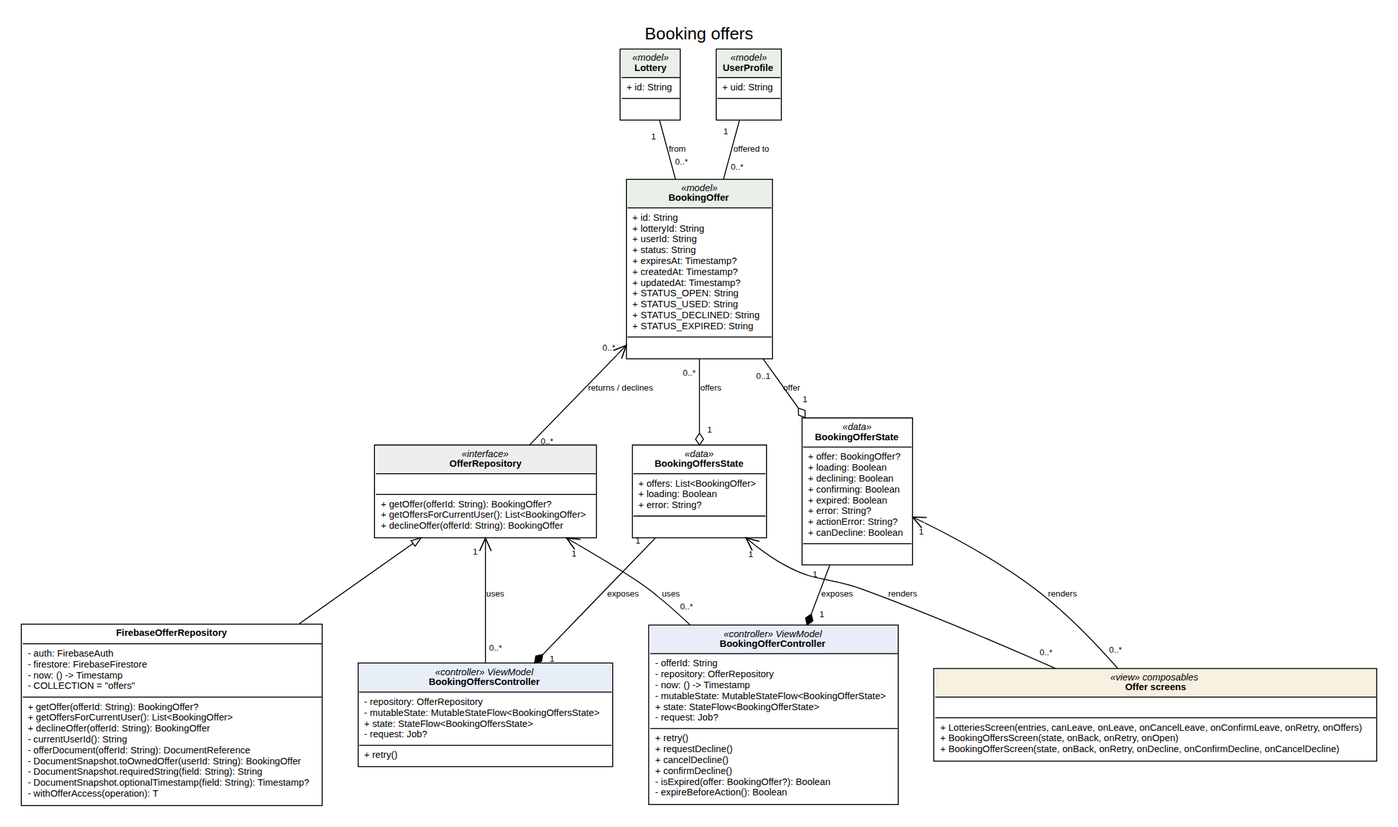
Earlier version of the Graphviz export doc/uml/booking_offers.png (CMPUT301F26-legion/legion-events). Its source is kept beside it as doc/uml/booking_offers.dot. Its diagram source:
```dot
digraph G {
  graph [rankdir=BT fontname="Liberation Sans" nodesep=0.5 ranksep=0.7 dpi=110 pad=0.3
         label="Booking offers" labelloc=t fontsize=18];
  node  [shape=plain fontname="Liberation Sans" fontsize=10];
  edge  [fontname="Liberation Sans" fontsize=9 labeldistance=1.8 labelangle=35];

  BookingOffer [label=<<TABLE BORDER="1" CELLBORDER="0" CELLSPACING="0" CELLPADDING="4"><TR><TD BGCOLOR="#e8f0e8"><I>«model»</I><BR/><B>BookingOffer</B></TD></TR><TR><TD ALIGN="LEFT" BALIGN="LEFT" SIDES="T" BORDER="1">+ id: String<BR/>+ lotteryId: String<BR/>+ userId: String<BR/>+ status: String<BR/>+ expiresAt: Timestamp?<BR/>+ createdAt: Timestamp?<BR/>+ updatedAt: Timestamp?<BR/>+ STATUS_OPEN: String<BR/>+ STATUS_USED: String<BR/>+ STATUS_DECLINED: String<BR/>+ STATUS_EXPIRED: String</TD></TR><TR><TD ALIGN="LEFT" BALIGN="LEFT" SIDES="T" BORDER="1"> </TD></TR></TABLE>>];
  Lottery [label=<<TABLE BORDER="1" CELLBORDER="0" CELLSPACING="0" CELLPADDING="4"><TR><TD BGCOLOR="#e8f0e8"><I>«model»</I><BR/><B>Lottery</B></TD></TR><TR><TD ALIGN="LEFT" BALIGN="LEFT" SIDES="T" BORDER="1">+ id: String</TD></TR><TR><TD ALIGN="LEFT" BALIGN="LEFT" SIDES="T" BORDER="1"> </TD></TR></TABLE>>];
  UserProfile [label=<<TABLE BORDER="1" CELLBORDER="0" CELLSPACING="0" CELLPADDING="4"><TR><TD BGCOLOR="#e8f0e8"><I>«model»</I><BR/><B>UserProfile</B></TD></TR><TR><TD ALIGN="LEFT" BALIGN="LEFT" SIDES="T" BORDER="1">+ uid: String</TD></TR><TR><TD ALIGN="LEFT" BALIGN="LEFT" SIDES="T" BORDER="1"> </TD></TR></TABLE>>];
  OfferRepository [label=<<TABLE BORDER="1" CELLBORDER="0" CELLSPACING="0" CELLPADDING="4"><TR><TD BGCOLOR="#eeeeee"><I>«interface»</I><BR/><B>OfferRepository</B></TD></TR><TR><TD ALIGN="LEFT" BALIGN="LEFT" SIDES="T" BORDER="1"> </TD></TR><TR><TD ALIGN="LEFT" BALIGN="LEFT" SIDES="T" BORDER="1">+ getOffer(offerId: String): BookingOffer?<BR/>+ getOffersForCurrentUser(): List&lt;BookingOffer&gt;<BR/>+ declineOffer(offerId: String): BookingOffer</TD></TR></TABLE>>];
  FirebaseOfferRepository [label=<<TABLE BORDER="1" CELLBORDER="0" CELLSPACING="0" CELLPADDING="4"><TR><TD><B>FirebaseOfferRepository</B></TD></TR><TR><TD ALIGN="LEFT" BALIGN="LEFT" SIDES="T" BORDER="1">- auth: FirebaseAuth<BR/>- firestore: FirebaseFirestore<BR/>- now: () -&gt; Timestamp<BR/>- COLLECTION = "offers"</TD></TR><TR><TD ALIGN="LEFT" BALIGN="LEFT" SIDES="T" BORDER="1">+ getOffer(offerId: String): BookingOffer?<BR/>+ getOffersForCurrentUser(): List&lt;BookingOffer&gt;<BR/>+ declineOffer(offerId: String): BookingOffer<BR/>- currentUserId(): String<BR/>- offerDocument(offerId: String): DocumentReference<BR/>- DocumentSnapshot.toOwnedOffer(userId: String): BookingOffer<BR/>- DocumentSnapshot.requiredString(field: String): String<BR/>- DocumentSnapshot.optionalTimestamp(field: String): Timestamp?<BR/>- withOfferAccess(operation): T</TD></TR></TABLE>>];
  BookingOffersController [label=<<TABLE BORDER="1" CELLBORDER="0" CELLSPACING="0" CELLPADDING="4"><TR><TD BGCOLOR="#e8eef8"><I>«controller» ViewModel</I><BR/><B>BookingOffersController</B></TD></TR><TR><TD ALIGN="LEFT" BALIGN="LEFT" SIDES="T" BORDER="1">- repository: OfferRepository<BR/>- mutableState: MutableStateFlow&lt;BookingOffersState&gt;<BR/>+ state: StateFlow&lt;BookingOffersState&gt;<BR/>- request: Job?</TD></TR><TR><TD ALIGN="LEFT" BALIGN="LEFT" SIDES="T" BORDER="1">+ retry()</TD></TR></TABLE>>];
  BookingOffersState [label=<<TABLE BORDER="1" CELLBORDER="0" CELLSPACING="0" CELLPADDING="4"><TR><TD><I>«data»</I><BR/><B>BookingOffersState</B></TD></TR><TR><TD ALIGN="LEFT" BALIGN="LEFT" SIDES="T" BORDER="1">+ offers: List&lt;BookingOffer&gt;<BR/>+ loading: Boolean<BR/>+ error: String?</TD></TR><TR><TD ALIGN="LEFT" BALIGN="LEFT" SIDES="T" BORDER="1"> </TD></TR></TABLE>>];
  BookingOfferController [label=<<TABLE BORDER="1" CELLBORDER="0" CELLSPACING="0" CELLPADDING="4"><TR><TD BGCOLOR="#e8eef8"><I>«controller» ViewModel</I><BR/><B>BookingOfferController</B></TD></TR><TR><TD ALIGN="LEFT" BALIGN="LEFT" SIDES="T" BORDER="1">- offerId: String<BR/>- repository: OfferRepository<BR/>- now: () -&gt; Timestamp<BR/>- mutableState: MutableStateFlow&lt;BookingOfferState&gt;<BR/>+ state: StateFlow&lt;BookingOfferState&gt;<BR/>- request: Job?</TD></TR><TR><TD ALIGN="LEFT" BALIGN="LEFT" SIDES="T" BORDER="1">+ retry()<BR/>+ requestDecline()<BR/>+ cancelDecline()<BR/>+ confirmDecline()<BR/>- isExpired(offer: BookingOffer?): Boolean<BR/>- expireBeforeAction(): Boolean</TD></TR></TABLE>>];
  BookingOfferState [label=<<TABLE BORDER="1" CELLBORDER="0" CELLSPACING="0" CELLPADDING="4"><TR><TD><I>«data»</I><BR/><B>BookingOfferState</B></TD></TR><TR><TD ALIGN="LEFT" BALIGN="LEFT" SIDES="T" BORDER="1">+ offer: BookingOffer?<BR/>+ loading: Boolean<BR/>+ declining: Boolean<BR/>+ confirming: Boolean<BR/>+ expired: Boolean<BR/>+ error: String?<BR/>+ actionError: String?<BR/>+ canDecline: Boolean</TD></TR><TR><TD ALIGN="LEFT" BALIGN="LEFT" SIDES="T" BORDER="1"> </TD></TR></TABLE>>];
  Views [label=<<TABLE BORDER="1" CELLBORDER="0" CELLSPACING="0" CELLPADDING="4"><TR><TD BGCOLOR="#f8f0e0"><I>«view» composables</I><BR/><B>Offer screens</B></TD></TR><TR><TD ALIGN="LEFT" BALIGN="LEFT" SIDES="T" BORDER="1"> </TD></TR><TR><TD ALIGN="LEFT" BALIGN="LEFT" SIDES="T" BORDER="1">+ LotteriesScreen(entries, canLeave, onLeave, onCancelLeave, onConfirmLeave, onRetry, onOffers)<BR/>+ BookingOffersScreen(state, onBack, onRetry, onOpen)<BR/>+ BookingOfferScreen(state, onBack, onRetry, onDecline, onConfirmDecline, onCancelDecline)</TD></TR></TABLE>>];
  FirebaseOfferRepository -> OfferRepository [arrowhead=onormal];
  OfferRepository -> BookingOffer [arrowhead=vee label="returns / declines" taillabel="0..*" headlabel="0..*"];
  BookingOffer -> Lottery [arrowhead=none label="from" taillabel="0..*" headlabel="1"];
  BookingOffer -> UserProfile [arrowhead=none label="offered to" taillabel="0..*" headlabel="1"];
  BookingOffersController -> OfferRepository [arrowhead=vee label="uses" taillabel="0..*" headlabel="1"];
  BookingOffersController -> BookingOffersState [dir=back arrowtail=diamond label="exposes" taillabel="1" headlabel="1"];
  BookingOffersState -> BookingOffer [dir=back arrowtail=odiamond label="offers" taillabel="1" headlabel="0..*"];
  BookingOfferController -> OfferRepository [arrowhead=vee label="uses" taillabel="0..*" headlabel="1"];
  BookingOfferController -> BookingOfferState [dir=back arrowtail=diamond label="exposes" taillabel="1" headlabel="1"];
  BookingOfferState -> BookingOffer [dir=back arrowtail=odiamond label="offer" taillabel="1" headlabel="0..1"];
  Views -> BookingOffersState [arrowhead=vee label="renders" taillabel="0..*" headlabel="1"];
  Views -> BookingOfferState [arrowhead=vee label="renders" taillabel="0..*" headlabel="1"];
}
```
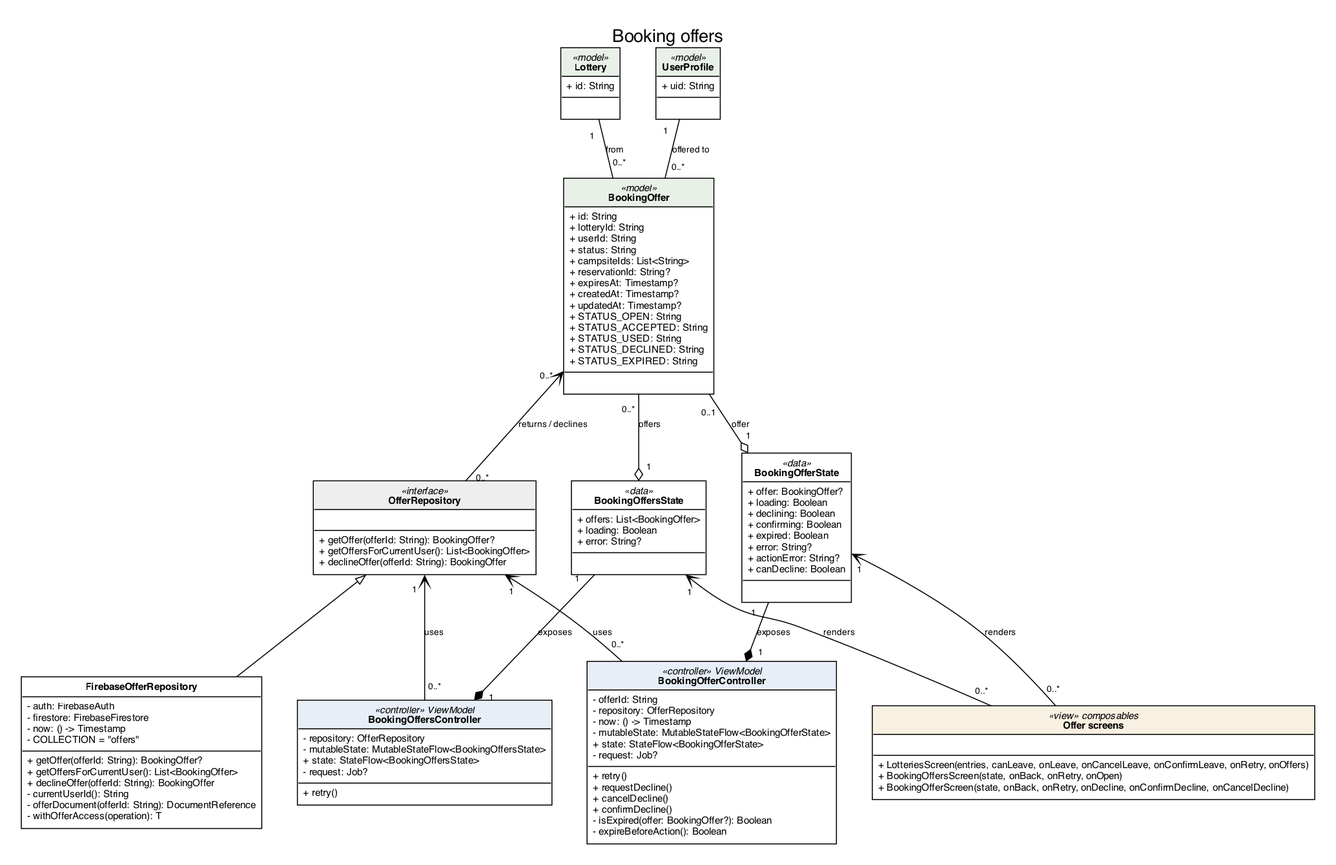
The same diagram one commit later.

Diff of the diagram source:
```diff
@@ -4,11 +4,11 @@
   node  [shape=plain fontname="Liberation Sans" fontsize=10];
   edge  [fontname="Liberation Sans" fontsize=9 labeldistance=1.8 labelangle=35];
 
-  BookingOffer [label=<<TABLE BORDER="1" CELLBORDER="0" CELLSPACING="0" CELLPADDING="4"><TR><TD BGCOLOR="#e8f0e8"><I>«model»</I><BR/><B>BookingOffer</B></TD></TR><TR><TD ALIGN="LEFT" BALIGN="LEFT" SIDES="T" BORDER="1">+ id: String<BR/>+ lotteryId: String<BR/>+ userId: String<BR/>+ status: String<BR/>+ expiresAt: Timestamp?<BR/>+ createdAt: Timestamp?<BR/>+ updatedAt: Timestamp?<BR/>+ STATUS_OPEN: String<BR/>+ STATUS_USED: String<BR/>+ STATUS_DECLINED: String<BR/>+ STATUS_EXPIRED: String</TD></TR><TR><TD ALIGN="LEFT" BALIGN="LEFT" SIDES="T" BORDER="1"> </TD></TR></TABLE>>];
+  BookingOffer [label=<<TABLE BORDER="1" CELLBORDER="0" CELLSPACING="0" CELLPADDING="4"><TR><TD BGCOLOR="#e8f0e8"><I>«model»</I><BR/><B>BookingOffer</B></TD></TR><TR><TD ALIGN="LEFT" BALIGN="LEFT" SIDES="T" BORDER="1">+ id: String<BR/>+ lotteryId: String<BR/>+ userId: String<BR/>+ status: String<BR/>+ campsiteIds: List&lt;String&gt;<BR/>+ reservationId: String?<BR/>+ expiresAt: Timestamp?<BR/>+ createdAt: Timestamp?<BR/>+ updatedAt: Timestamp?<BR/>+ STATUS_OPEN: String<BR/>+ STATUS_ACCEPTED: String<BR/>+ STATUS_USED: String<BR/>+ STATUS_DECLINED: String<BR/>+ STATUS_EXPIRED: String</TD></TR><TR><TD ALIGN="LEFT" BALIGN="LEFT" SIDES="T" BORDER="1"> </TD></TR></TABLE>>];
   Lottery [label=<<TABLE BORDER="1" CELLBORDER="0" CELLSPACING="0" CELLPADDING="4"><TR><TD BGCOLOR="#e8f0e8"><I>«model»</I><BR/><B>Lottery</B></TD></TR><TR><TD ALIGN="LEFT" BALIGN="LEFT" SIDES="T" BORDER="1">+ id: String</TD></TR><TR><TD ALIGN="LEFT" BALIGN="LEFT" SIDES="T" BORDER="1"> </TD></TR></TABLE>>];
   UserProfile [label=<<TABLE BORDER="1" CELLBORDER="0" CELLSPACING="0" CELLPADDING="4"><TR><TD BGCOLOR="#e8f0e8"><I>«model»</I><BR/><B>UserProfile</B></TD></TR><TR><TD ALIGN="LEFT" BALIGN="LEFT" SIDES="T" BORDER="1">+ uid: String</TD></TR><TR><TD ALIGN="LEFT" BALIGN="LEFT" SIDES="T" BORDER="1"> </TD></TR></TABLE>>];
   OfferRepository [label=<<TABLE BORDER="1" CELLBORDER="0" CELLSPACING="0" CELLPADDING="4"><TR><TD BGCOLOR="#eeeeee"><I>«interface»</I><BR/><B>OfferRepository</B></TD></TR><TR><TD ALIGN="LEFT" BALIGN="LEFT" SIDES="T" BORDER="1"> </TD></TR><TR><TD ALIGN="LEFT" BALIGN="LEFT" SIDES="T" BORDER="1">+ getOffer(offerId: String): BookingOffer?<BR/>+ getOffersForCurrentUser(): List&lt;BookingOffer&gt;<BR/>+ declineOffer(offerId: String): BookingOffer</TD></TR></TABLE>>];
-  FirebaseOfferRepository [label=<<TABLE BORDER="1" CELLBORDER="0" CELLSPACING="0" CELLPADDING="4"><TR><TD><B>FirebaseOfferRepository</B></TD></TR><TR><TD ALIGN="LEFT" BALIGN="LEFT" SIDES="T" BORDER="1">- auth: FirebaseAuth<BR/>- firestore: FirebaseFirestore<BR/>- now: () -&gt; Timestamp<BR/>- COLLECTION = "offers"</TD></TR><TR><TD ALIGN="LEFT" BALIGN="LEFT" SIDES="T" BORDER="1">+ getOffer(offerId: String): BookingOffer?<BR/>+ getOffersForCurrentUser(): List&lt;BookingOffer&gt;<BR/>+ declineOffer(offerId: String): BookingOffer<BR/>- currentUserId(): String<BR/>- offerDocument(offerId: String): DocumentReference<BR/>- DocumentSnapshot.toOwnedOffer(userId: String): BookingOffer<BR/>- DocumentSnapshot.requiredString(field: String): String<BR/>- DocumentSnapshot.optionalTimestamp(field: String): Timestamp?<BR/>- withOfferAccess(operation): T</TD></TR></TABLE>>];
+  FirebaseOfferRepository [label=<<TABLE BORDER="1" CELLBORDER="0" CELLSPACING="0" CELLPADDING="4"><TR><TD><B>FirebaseOfferRepository</B></TD></TR><TR><TD ALIGN="LEFT" BALIGN="LEFT" SIDES="T" BORDER="1">- auth: FirebaseAuth<BR/>- firestore: FirebaseFirestore<BR/>- now: () -&gt; Timestamp<BR/>- COLLECTION = "offers"</TD></TR><TR><TD ALIGN="LEFT" BALIGN="LEFT" SIDES="T" BORDER="1">+ getOffer(offerId: String): BookingOffer?<BR/>+ getOffersForCurrentUser(): List&lt;BookingOffer&gt;<BR/>+ declineOffer(offerId: String): BookingOffer<BR/>- currentUserId(): String<BR/>- offerDocument(offerId: String): DocumentReference<BR/>- withOfferAccess(operation): T</TD></TR></TABLE>>];
   BookingOffersController [label=<<TABLE BORDER="1" CELLBORDER="0" CELLSPACING="0" CELLPADDING="4"><TR><TD BGCOLOR="#e8eef8"><I>«controller» ViewModel</I><BR/><B>BookingOffersController</B></TD></TR><TR><TD ALIGN="LEFT" BALIGN="LEFT" SIDES="T" BORDER="1">- repository: OfferRepository<BR/>- mutableState: MutableStateFlow&lt;BookingOffersState&gt;<BR/>+ state: StateFlow&lt;BookingOffersState&gt;<BR/>- request: Job?</TD></TR><TR><TD ALIGN="LEFT" BALIGN="LEFT" SIDES="T" BORDER="1">+ retry()</TD></TR></TABLE>>];
   BookingOffersState [label=<<TABLE BORDER="1" CELLBORDER="0" CELLSPACING="0" CELLPADDING="4"><TR><TD><I>«data»</I><BR/><B>BookingOffersState</B></TD></TR><TR><TD ALIGN="LEFT" BALIGN="LEFT" SIDES="T" BORDER="1">+ offers: List&lt;BookingOffer&gt;<BR/>+ loading: Boolean<BR/>+ error: String?</TD></TR><TR><TD ALIGN="LEFT" BALIGN="LEFT" SIDES="T" BORDER="1"> </TD></TR></TABLE>>];
   BookingOfferController [label=<<TABLE BORDER="1" CELLBORDER="0" CELLSPACING="0" CELLPADDING="4"><TR><TD BGCOLOR="#e8eef8"><I>«controller» ViewModel</I><BR/><B>BookingOfferController</B></TD></TR><TR><TD ALIGN="LEFT" BALIGN="LEFT" SIDES="T" BORDER="1">- offerId: String<BR/>- repository: OfferRepository<BR/>- now: () -&gt; Timestamp<BR/>- mutableState: MutableStateFlow&lt;BookingOfferState&gt;<BR/>+ state: StateFlow&lt;BookingOfferState&gt;<BR/>- request: Job?</TD></TR><TR><TD ALIGN="LEFT" BALIGN="LEFT" SIDES="T" BORDER="1">+ retry()<BR/>+ requestDecline()<BR/>+ cancelDecline()<BR/>+ confirmDecline()<BR/>- isExpired(offer: BookingOffer?): Boolean<BR/>- expireBeforeAction(): Boolean</TD></TR></TABLE>>];
```
